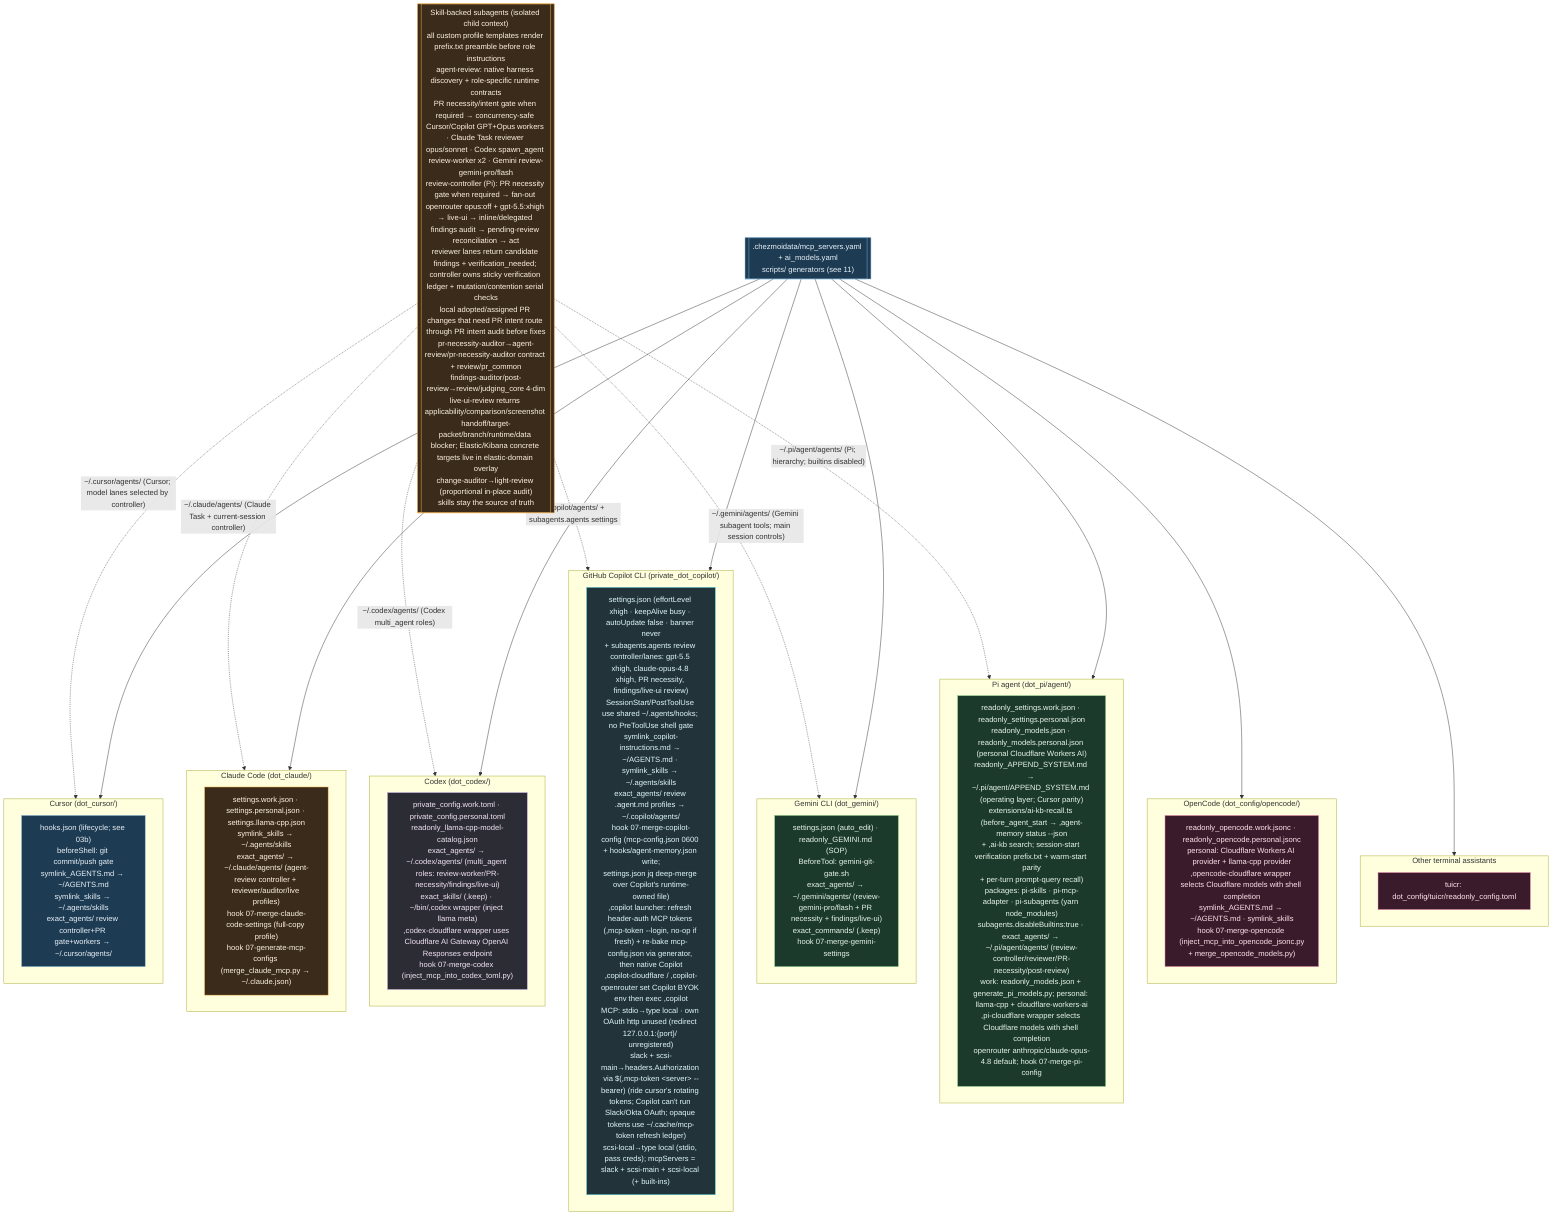
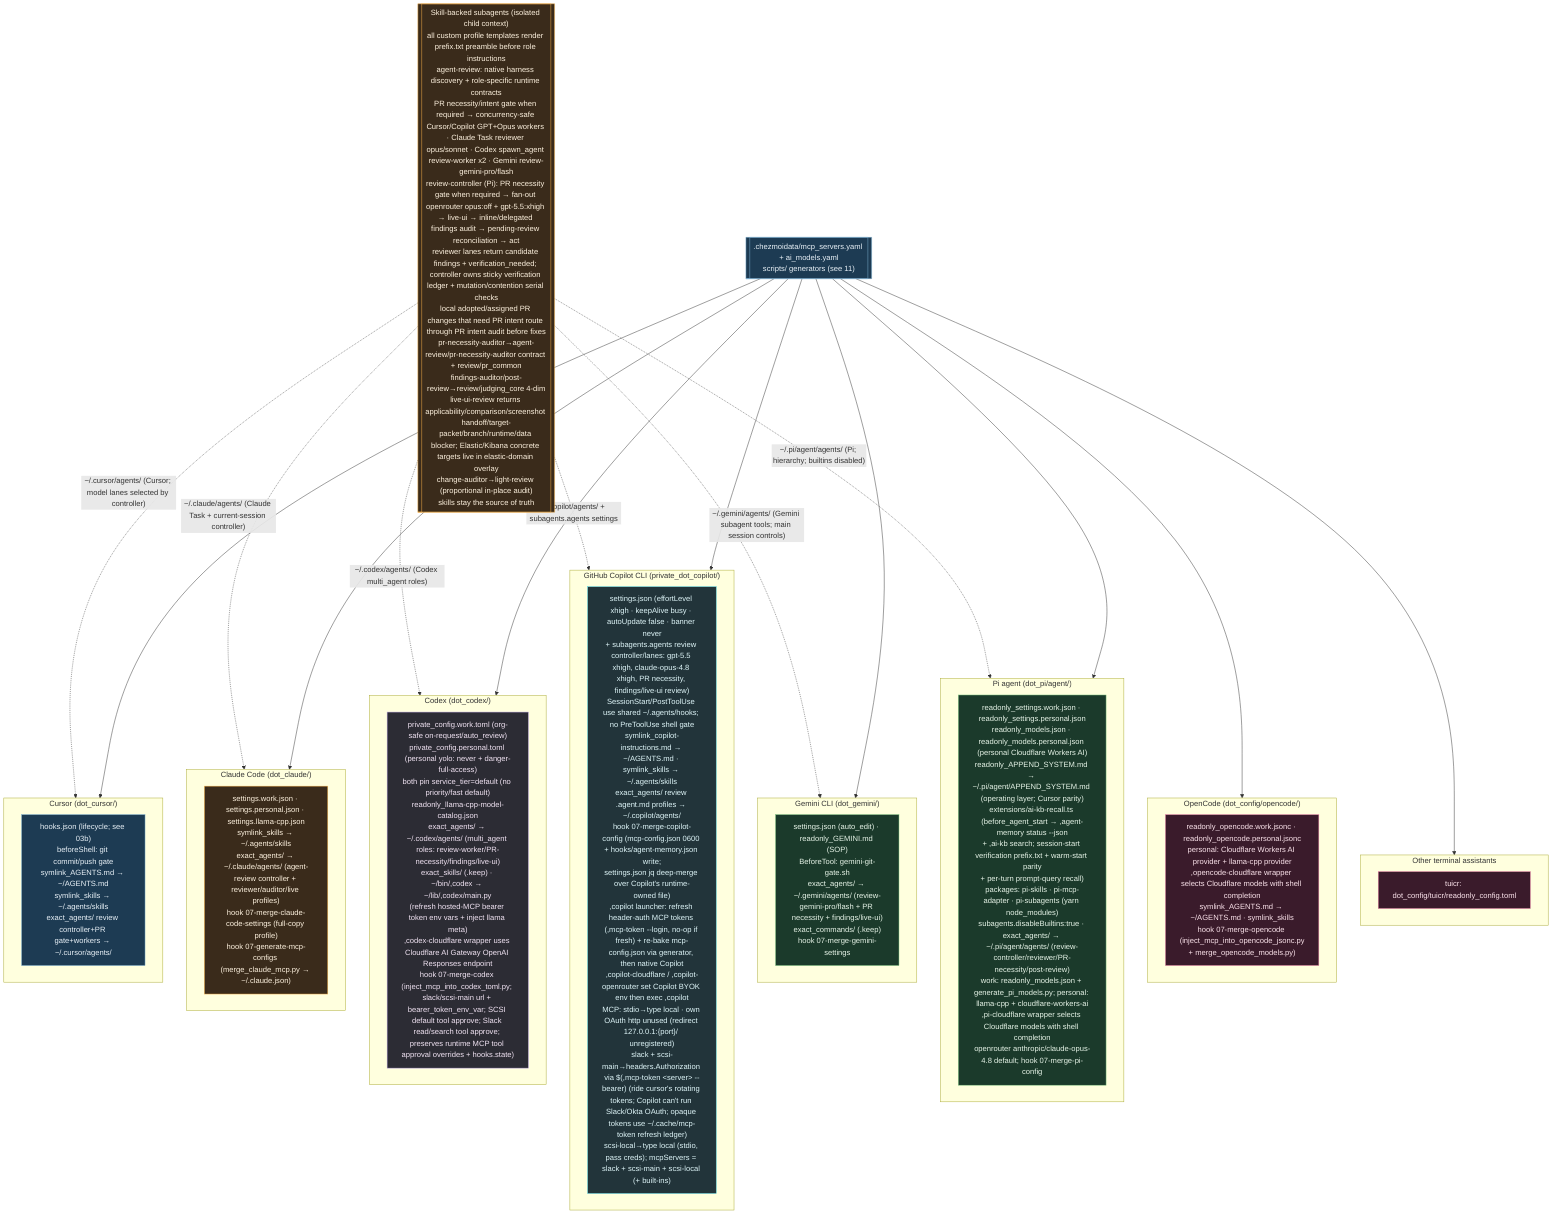
%% ============================================================================
%% 12-ai-tool-configs.mmd — Every per-tool AI config file in home/.
%% Pattern: source carries .work + .personal variants; a 07-merge-* hook picks
%% by isWork and merges generated MCP/model blocks into the live config.
%% ============================================================================
flowchart TB
    classDef cursor fill:#1d3b53,stroke:#7fb3d5,color:#eaf2f8;
    classDef claude fill:#3a2b1b,stroke:#ffb74d,color:#fff3e0;
    classDef codex fill:#2c2c34,stroke:#b39ddb,color:#f3e5f5;
    classDef gem fill:#1b3a2b,stroke:#81c784,color:#e8f5e9;
    classDef oc fill:#3a1b2b,stroke:#f48fb1,color:#fce4ec;
    classDef cop fill:#22343a,stroke:#4dd0e1,color:#e0f7fa;

    subgraph CURSOR["Cursor (dot_cursor/)"]
        CU["hooks.json (lifecycle; see 03b)<br/>beforeShell: git commit/push gate<br/>symlink_AGENTS.md → ~/AGENTS.md<br/>symlink_skills → ~/.agents/skills<br/>exact_agents/ review controller+PR gate+workers → ~/.cursor/agents/"]:::cursor
    end

    subgraph CLAUDE["Claude Code (dot_claude/)"]
        CLD["settings.work.json · settings.personal.json · settings.llama-cpp.json<br/>symlink_skills → ~/.agents/skills<br/>exact_agents/ → ~/.claude/agents/ (agent-review controller + reviewer/auditor/live profiles)<br/>hook 07-merge-claude-code-settings (full-copy profile)<br/>hook 07-generate-mcp-configs (merge_claude_mcp.py → ~/.claude.json)"]:::claude
    end

    subgraph CODEX["Codex (dot_codex/)"]
-         CDX["private_config.work.toml · private_config.personal.toml<br/>readonly_llama-cpp-model-catalog.json<br/>exact_agents/ → ~/.codex/agents/ (multi_agent roles: review-worker/PR-necessity/findings/live-ui)<br/>exact_skills/ (.keep) · ~/bin/,codex wrapper (inject llama meta)<br/>,codex-cloudflare wrapper uses Cloudflare AI Gateway OpenAI Responses endpoint<br/>hook 07-merge-codex (inject_mcp_into_codex_toml.py)"]:::codex
+         CDX["private_config.work.toml (org-safe on-request/auto_review)<br/>private_config.personal.toml (personal yolo: never + danger-full-access)<br/>both pin service_tier=default (no priority/fast default)<br/>readonly_llama-cpp-model-catalog.json<br/>exact_agents/ → ~/.codex/agents/ (multi_agent roles: review-worker/PR-necessity/findings/live-ui)<br/>exact_skills/ (.keep) · ~/bin/,codex → ~/lib/,codex/main.py<br/>(refresh hosted-MCP bearer token env vars + inject llama meta)<br/>,codex-cloudflare wrapper uses Cloudflare AI Gateway OpenAI Responses endpoint<br/>hook 07-merge-codex (inject_mcp_into_codex_toml.py; slack/scsi-main url + bearer_token_env_var; SCSI default tool approve; Slack read/search tool approve; preserves runtime MCP tool approval overrides + hooks.state)"]:::codex
    end

    subgraph GEMINI["Gemini CLI (dot_gemini/)"]
        GMN["settings.json (auto_edit) · readonly_GEMINI.md (SOP)<br/>BeforeTool: gemini-git-gate.sh<br/>exact_agents/ → ~/.gemini/agents/ (review-gemini-pro/flash + PR necessity + findings/live-ui)<br/>exact_commands/ (.keep)<br/>hook 07-merge-gemini-settings"]:::gem
    end

    subgraph OPENCODE["OpenCode (dot_config/opencode/)"]
        OPC["readonly_opencode.work.jsonc · readonly_opencode.personal.jsonc<br/>personal: Cloudflare Workers AI provider + llama-cpp provider<br/>,opencode-cloudflare wrapper selects Cloudflare models with shell completion<br/>symlink_AGENTS.md → ~/AGENTS.md · symlink_skills<br/>hook 07-merge-opencode (inject_mcp_into_opencode_jsonc.py<br/>+ merge_opencode_models.py)"]:::oc
    end

    subgraph PI["Pi agent (dot_pi/agent/)"]
        PIA["readonly_settings.work.json · readonly_settings.personal.json<br/>readonly_models.json · readonly_models.personal.json (personal Cloudflare Workers AI)<br/>readonly_APPEND_SYSTEM.md → ~/.pi/agent/APPEND_SYSTEM.md (operating layer; Cursor parity)<br/>extensions/ai-kb-recall.ts (before_agent_start → ,agent-memory status --json<br/>+ ,ai-kb search; session-start verification prefix.txt + warm-start parity<br/>+ per-turn prompt-query recall)<br/>packages: pi-skills · pi-mcp-adapter · pi-subagents (yarn node_modules)<br/>subagents.disableBuiltins:true · exact_agents/ → ~/.pi/agent/agents/ (review-controller/reviewer/PR-necessity/post-review)<br/>work: readonly_models.json + generate_pi_models.py; personal: llama-cpp + cloudflare-workers-ai<br/>,pi-cloudflare wrapper selects Cloudflare models with shell completion<br/>openrouter anthropic/claude-opus-4.8 default; hook 07-merge-pi-config"]:::gem
    end

    subgraph COPILOT["GitHub Copilot CLI (private_dot_copilot/)"]
        COP["settings.json (effortLevel xhigh · keepAlive busy · autoUpdate false · banner never<br/>+ subagents.agents review controller/lanes: gpt-5.5 xhigh, claude-opus-4.8 xhigh, PR necessity, findings/live-ui review)<br/>SessionStart/PostToolUse use shared ~/.agents/hooks; no PreToolUse shell gate<br/>symlink_copilot-instructions.md → ~/AGENTS.md · symlink_skills → ~/.agents/skills<br/>exact_agents/ review .agent.md profiles → ~/.copilot/agents/<br/>hook 07-merge-copilot-config (mcp-config.json 0600 + hooks/agent-memory.json write;<br/>settings.json jq deep-merge over Copilot's runtime-owned file)<br/>,copilot launcher: refresh header-auth MCP tokens (,mcp-token --login, no-op if fresh) + re-bake mcp-config.json via generator, then native Copilot<br/>,copilot-cloudflare / ,copilot-openrouter set Copilot BYOK env then exec ,copilot<br/>MCP: stdio→type local · own OAuth http unused (redirect 127.0.0.1:{port}/ unregistered)<br/>slack + scsi-main→headers.Authorization via $(,mcp-token &lt;server&gt; --bearer) (ride cursor's rotating tokens; Copilot can't run Slack/Okta OAuth; opaque tokens use ~/.cache/mcp-token refresh ledger)<br/>scsi-local→type local (stdio, pass creds); mcpServers = slack + scsi-main + scsi-local (+ built-ins)"]:::cop
    end

    subgraph OTHER["Other terminal assistants"]
        TUI["tuicr: dot_config/tuicr/readonly_config.toml"]:::oc
    end

    REG[[".chezmoidata/mcp_servers.yaml + ai_models.yaml<br/>scripts/ generators (see 11)"]]:::cursor
    REG --> CURSOR & CLAUDE & CODEX & GEMINI & OPENCODE & PI & COPILOT & OTHER

    SUBA[["Skill-backed subagents (isolated child context)<br/>all custom profile templates render prefix.txt preamble before role instructions<br/>agent-review: native harness discovery + role-specific runtime contracts<br/>PR necessity/intent gate when required → concurrency-safe Cursor/Copilot GPT+Opus workers · Claude Task reviewer opus/sonnet · Codex spawn_agent review-worker x2 · Gemini review-gemini-pro/flash<br/>review-controller (Pi): PR necessity gate when required → fan-out openrouter opus:off + gpt-5.5:xhigh → live-ui → inline/delegated findings audit → pending-review reconciliation → act<br/>reviewer lanes return candidate findings + verification_needed; controller owns sticky verification ledger + mutation/contention serial checks<br/>local adopted/assigned PR changes that need PR intent route through PR intent audit before fixes<br/>pr-necessity-auditor→agent-review/pr-necessity-auditor contract + review/pr_common<br/>findings-auditor/post-review→review/judging_core 4-dim<br/>live-ui-review returns applicability/comparison/screenshot handoff/target-packet/branch/runtime/data blocker; Elastic/Kibana concrete targets live in elastic-domain overlay<br/>change-auditor→light-review (proportional in-place audit)<br/>skills stay the source of truth"]]:::claude
    SUBA -.->|"~/.cursor/agents/ (Cursor; model lanes selected by controller)"| CURSOR
    SUBA -.->|"~/.copilot/agents/ + subagents.agents settings"| COPILOT
    SUBA -.->|"~/.claude/agents/ (Claude Task + current-session controller)"| CLAUDE
    SUBA -.->|"~/.codex/agents/ (Codex multi_agent roles)"| CODEX
    SUBA -.->|"~/.gemini/agents/ (Gemini subagent tools; main session controls)"| GEMINI
    SUBA -.->|"~/.pi/agent/agents/ (Pi; hierarchy; builtins disabled)"| PI
